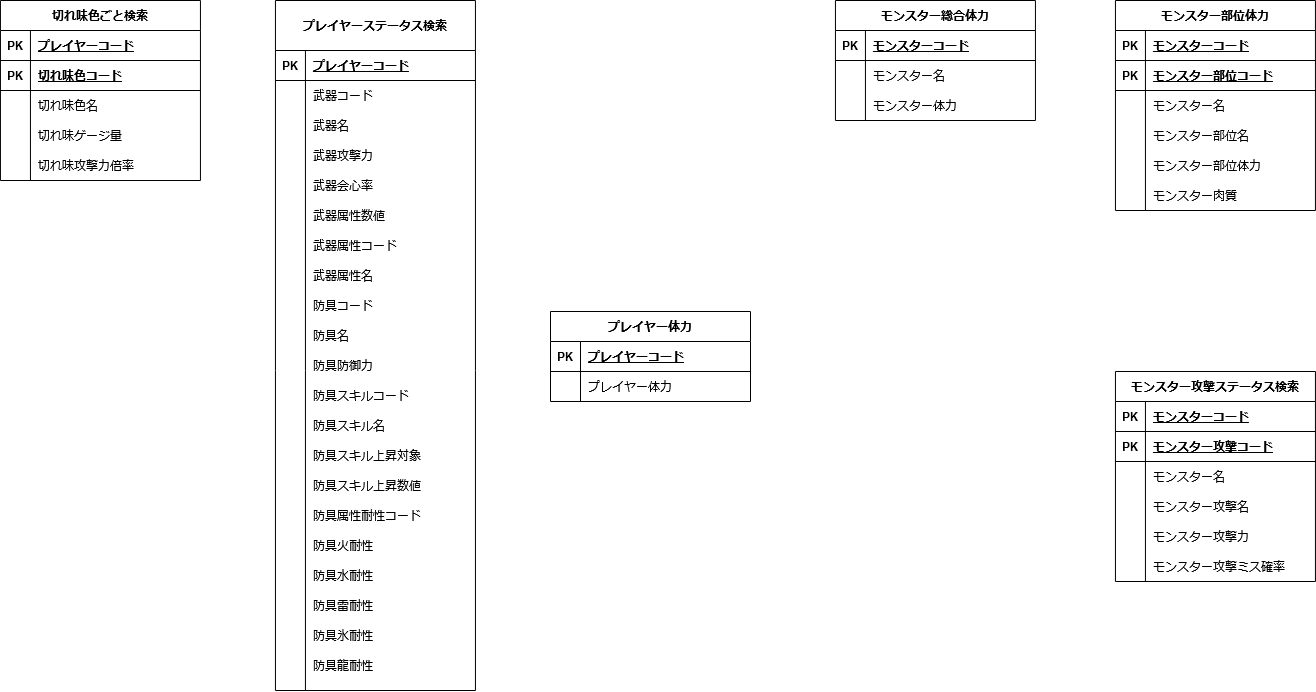
Above: uml/denormalized_tables.png in KataokaNagi/2C_team3 (draw.io), before the change. Source tidied: cells renumbered, new cells last; positions are measured from the earlier drawing's top-left corner, leaving out a move shared by most shapes.
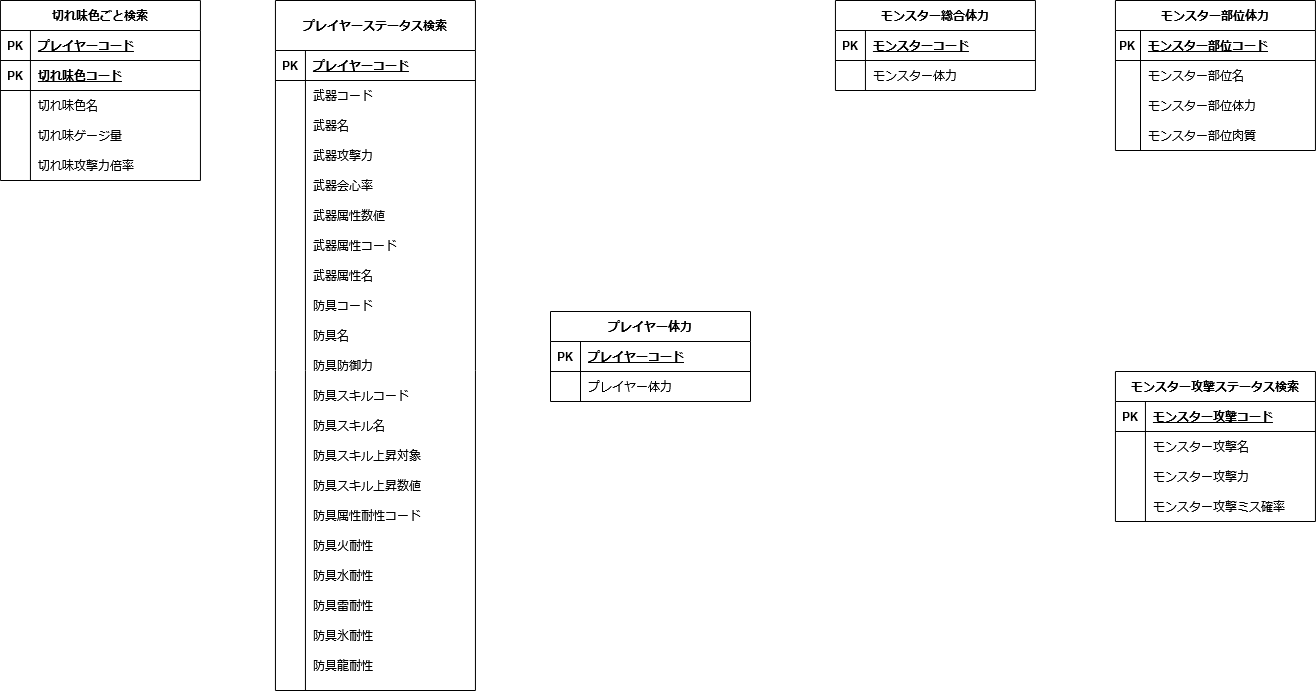
The same file after the commit.

Commit message:
ER図と非正規化した図を変更

What changed in the source:
```diff
@@ -195,7 +195,7 @@
       <mxGeometry x="30" width="170" height="30" as="geometry" />
     </mxCell>
     <mxCell id="66" value="モンスター総合体力" style="shape=table;startSize=30;rowLines=0;fontStyle=1;align=center;" parent="1" vertex="1">
-      <mxGeometry x="834.9" width="200" height="120" as="geometry" />
+      <mxGeometry x="834.9" width="200" height="90" as="geometry" />
     </mxCell>
     <mxCell id="67" style="shape=partialRectangle;fillColor=none;top=0;left=0;right=0;bottom=1;" parent="66" vertex="1">
       <mxGeometry y="30" width="200" height="30" as="geometry" />
@@ -206,17 +206,8 @@
     <mxCell id="69" value="モンスターコード" style="shape=partialRectangle;overflow=hidden;fillColor=none;top=0;left=0;bottom=0;right=0;align=left;spacingLeft=6;fontStyle=5;" parent="67" vertex="1">
       <mxGeometry x="30" width="170" height="30" as="geometry" />
     </mxCell>
-    <mxCell id="70" style="shape=partialRectangle;fillColor=none;top=0;left=0;right=0;bottom=0;" parent="66" vertex="1">
-      <mxGeometry y="60" width="200" height="30" as="geometry" />
-    </mxCell>
-    <mxCell id="71" style="shape=partialRectangle;overflow=hidden;fillColor=none;top=0;left=0;bottom=0;right=0;" parent="70" vertex="1">
-      <mxGeometry width="30" height="30" as="geometry" />
-    </mxCell>
-    <mxCell id="72" value="モンスター名" style="shape=partialRectangle;overflow=hidden;fillColor=none;top=0;left=0;bottom=0;right=0;align=left;spacingLeft=6;" parent="70" vertex="1">
-      <mxGeometry x="30" width="170" height="30" as="geometry" />
-    </mxCell>
     <mxCell id="73" style="shape=partialRectangle;fillColor=none;top=0;left=0;right=0;bottom=0;" parent="66" vertex="1">
-      <mxGeometry y="90" width="200" height="30" as="geometry" />
+      <mxGeometry y="60" width="200" height="30" as="geometry" />
     </mxCell>
     <mxCell id="74" style="shape=partialRectangle;overflow=hidden;fillColor=none;top=0;left=0;bottom=0;right=0;" parent="73" vertex="1">
       <mxGeometry width="30" height="30" as="geometry" />
@@ -225,19 +216,10 @@
       <mxGeometry x="30" width="170" height="30" as="geometry" />
     </mxCell>
     <mxCell id="76" value="モンスター攻撃ステータス検索" style="shape=table;startSize=30;rowLines=0;fontStyle=1;align=center;" parent="1" vertex="1">
-      <mxGeometry x="1114.9" y="371" width="200" height="210" as="geometry" />
+      <mxGeometry x="1114.9" y="371" width="200" height="150" as="geometry" />
     </mxCell>
-    <mxCell id="77" style="shape=partialRectangle;fillColor=none;top=0;left=0;right=0;bottom=1;" parent="76" vertex="1">
-      <mxGeometry y="30" width="200" height="30" as="geometry" />
-    </mxCell>
-    <mxCell id="78" value="PK" style="shape=partialRectangle;overflow=hidden;fillColor=none;top=0;left=0;bottom=0;right=0;fontStyle=1;" parent="77" vertex="1">
-      <mxGeometry width="30" height="30" as="geometry" />
-    </mxCell>
-    <mxCell id="79" value="モンスターコード" style="shape=partialRectangle;overflow=hidden;fillColor=none;top=0;left=0;bottom=0;right=0;align=left;spacingLeft=6;fontStyle=5;" parent="77" vertex="1">
-      <mxGeometry x="30" width="170" height="30" as="geometry" />
-    </mxCell>
     <mxCell id="80" style="shape=partialRectangle;fillColor=none;top=0;left=0;right=0;bottom=1;" parent="76" vertex="1">
-      <mxGeometry y="60" width="200" height="30" as="geometry" />
+      <mxGeometry y="30" width="200" height="30" as="geometry" />
     </mxCell>
     <mxCell id="81" value="PK" style="shape=partialRectangle;overflow=hidden;fillColor=none;top=0;left=0;bottom=0;right=0;fontStyle=1;" parent="80" vertex="1">
       <mxGeometry width="30" height="30" as="geometry" />
@@ -245,17 +227,8 @@
     <mxCell id="82" value="モンスター攻撃コード" style="shape=partialRectangle;overflow=hidden;fillColor=none;top=0;left=0;bottom=0;right=0;align=left;spacingLeft=6;fontStyle=5;" parent="80" vertex="1">
       <mxGeometry x="30" width="170" height="30" as="geometry" />
     </mxCell>
-    <mxCell id="83" style="shape=partialRectangle;fillColor=none;top=0;left=0;right=0;bottom=0;" parent="76" vertex="1">
-      <mxGeometry y="90" width="200" height="30" as="geometry" />
-    </mxCell>
-    <mxCell id="84" style="shape=partialRectangle;overflow=hidden;fillColor=none;top=0;left=0;bottom=0;right=0;" parent="83" vertex="1">
-      <mxGeometry width="30" height="30" as="geometry" />
-    </mxCell>
-    <mxCell id="85" value="モンスター名" style="shape=partialRectangle;overflow=hidden;fillColor=none;top=0;left=0;bottom=0;right=0;align=left;spacingLeft=6;" parent="83" vertex="1">
-      <mxGeometry x="30" width="170" height="30" as="geometry" />
-    </mxCell>
     <mxCell id="86" style="shape=partialRectangle;fillColor=none;top=0;left=0;right=0;bottom=0;" parent="76" vertex="1">
-      <mxGeometry y="120" width="200" height="30" as="geometry" />
+      <mxGeometry y="60" width="200" height="30" as="geometry" />
     </mxCell>
     <mxCell id="87" style="shape=partialRectangle;overflow=hidden;fillColor=none;top=0;left=0;bottom=0;right=0;" parent="86" vertex="1">
       <mxGeometry width="30" height="30" as="geometry" />
@@ -264,7 +237,7 @@
       <mxGeometry x="30" width="170" height="30" as="geometry" />
     </mxCell>
     <mxCell id="89" style="shape=partialRectangle;fillColor=none;top=0;left=0;right=0;bottom=0;" parent="76" vertex="1">
-      <mxGeometry y="150" width="200" height="30" as="geometry" />
+      <mxGeometry y="90" width="200" height="30" as="geometry" />
     </mxCell>
     <mxCell id="90" style="shape=partialRectangle;overflow=hidden;fillColor=none;top=0;left=0;bottom=0;right=0;" parent="89" vertex="1">
       <mxGeometry width="30" height="30" as="geometry" />
@@ -273,7 +246,7 @@
       <mxGeometry x="30" width="170" height="30" as="geometry" />
     </mxCell>
     <mxCell id="92" style="shape=partialRectangle;fillColor=none;top=0;left=0;right=0;bottom=0;" parent="76" vertex="1">
-      <mxGeometry y="180" width="200" height="30" as="geometry" />
+      <mxGeometry y="120" width="200" height="30" as="geometry" />
     </mxCell>
     <mxCell id="93" style="shape=partialRectangle;overflow=hidden;fillColor=none;top=0;left=0;bottom=0;right=0;" parent="92" vertex="1">
       <mxGeometry width="30" height="30" as="geometry" />
@@ -282,61 +255,43 @@
       <mxGeometry x="30" width="170" height="30" as="geometry" />
     </mxCell>
     <mxCell id="95" value="モンスター部位体力" style="shape=table;startSize=30;rowLines=0;fontStyle=1;align=center;" parent="1" vertex="1">
-      <mxGeometry x="1114.9" width="200" height="210" as="geometry" />
+      <mxGeometry x="1114.9" width="200" height="150" as="geometry" />
     </mxCell>
-    <mxCell id="96" style="shape=partialRectangle;fillColor=none;top=0;left=0;right=0;bottom=1;" parent="95" vertex="1">
-      <mxGeometry y="30" width="200" height="30" as="geometry" />
-    </mxCell>
-    <mxCell id="97" value="PK" style="shape=partialRectangle;overflow=hidden;fillColor=none;top=0;left=0;bottom=0;right=0;fontStyle=1;" parent="96" vertex="1">
-      <mxGeometry width="30" height="30" as="geometry" />
-    </mxCell>
-    <mxCell id="98" value="モンスターコード" style="shape=partialRectangle;overflow=hidden;fillColor=none;top=0;left=0;bottom=0;right=0;align=left;spacingLeft=6;fontStyle=5;" parent="96" vertex="1">
-      <mxGeometry x="30" width="170" height="30" as="geometry" />
-    </mxCell>
     <mxCell id="99" style="shape=partialRectangle;fillColor=none;top=0;left=0;right=0;bottom=1;" parent="95" vertex="1">
-      <mxGeometry y="60" width="200" height="30" as="geometry" />
+      <mxGeometry y="30" width="200" height="30" as="geometry" />
     </mxCell>
     <mxCell id="100" value="PK" style="shape=partialRectangle;overflow=hidden;fillColor=none;top=0;left=0;bottom=0;right=0;fontStyle=1;" parent="99" vertex="1">
-      <mxGeometry width="30" height="30" as="geometry" />
+      <mxGeometry width="25.1" height="30" as="geometry" />
     </mxCell>
     <mxCell id="101" value="モンスター部位コード" style="shape=partialRectangle;overflow=hidden;fillColor=none;top=0;left=0;bottom=0;right=0;align=left;spacingLeft=6;fontStyle=5;" parent="99" vertex="1">
-      <mxGeometry x="30" width="170" height="30" as="geometry" />
+      <mxGeometry x="25.1" width="174.9" height="30" as="geometry" />
     </mxCell>
-    <mxCell id="102" style="shape=partialRectangle;fillColor=none;top=0;left=0;right=0;bottom=0;" parent="95" vertex="1">
-      <mxGeometry y="90" width="200" height="30" as="geometry" />
-    </mxCell>
-    <mxCell id="103" style="shape=partialRectangle;overflow=hidden;fillColor=none;top=0;left=0;bottom=0;right=0;" parent="102" vertex="1">
-      <mxGeometry width="30" height="30" as="geometry" />
-    </mxCell>
-    <mxCell id="104" value="モンスター名" style="shape=partialRectangle;overflow=hidden;fillColor=none;top=0;left=0;bottom=0;right=0;align=left;spacingLeft=6;" parent="102" vertex="1">
-      <mxGeometry x="30" width="170" height="30" as="geometry" />
-    </mxCell>
     <mxCell id="105" style="shape=partialRectangle;fillColor=none;top=0;left=0;right=0;bottom=0;" parent="95" vertex="1">
-      <mxGeometry y="120" width="200" height="30" as="geometry" />
+      <mxGeometry y="60" width="200" height="30" as="geometry" />
     </mxCell>
     <mxCell id="106" style="shape=partialRectangle;overflow=hidden;fillColor=none;top=0;left=0;bottom=0;right=0;" parent="105" vertex="1">
-      <mxGeometry width="30" height="30" as="geometry" />
+      <mxGeometry width="25.1" height="30" as="geometry" />
     </mxCell>
     <mxCell id="107" value="モンスター部位名" style="shape=partialRectangle;overflow=hidden;fillColor=none;top=0;left=0;bottom=0;right=0;align=left;spacingLeft=6;" parent="105" vertex="1">
-      <mxGeometry x="30" width="170" height="30" as="geometry" />
+      <mxGeometry x="25.1" width="174.9" height="30" as="geometry" />
     </mxCell>
     <mxCell id="108" style="shape=partialRectangle;fillColor=none;top=0;left=0;right=0;bottom=0;" parent="95" vertex="1">
-      <mxGeometry y="150" width="200" height="30" as="geometry" />
+      <mxGeometry y="90" width="200" height="30" as="geometry" />
     </mxCell>
     <mxCell id="109" style="shape=partialRectangle;overflow=hidden;fillColor=none;top=0;left=0;bottom=0;right=0;" parent="108" vertex="1">
-      <mxGeometry width="30" height="30" as="geometry" />
+      <mxGeometry width="25.1" height="30" as="geometry" />
     </mxCell>
     <mxCell id="110" value="モンスター部位体力" style="shape=partialRectangle;overflow=hidden;fillColor=none;top=0;left=0;bottom=0;right=0;align=left;spacingLeft=6;" parent="108" vertex="1">
-      <mxGeometry x="30" width="170" height="30" as="geometry" />
+      <mxGeometry x="25.1" width="174.9" height="30" as="geometry" />
     </mxCell>
     <mxCell id="111" style="shape=partialRectangle;fillColor=none;top=0;left=0;right=0;bottom=0;" parent="95" vertex="1">
-      <mxGeometry y="180" width="200" height="30" as="geometry" />
+      <mxGeometry y="120" width="200" height="30" as="geometry" />
     </mxCell>
     <mxCell id="112" style="shape=partialRectangle;overflow=hidden;fillColor=none;top=0;left=0;bottom=0;right=0;" parent="111" vertex="1">
-      <mxGeometry width="30" height="30" as="geometry" />
+      <mxGeometry width="25.1" height="30" as="geometry" />
     </mxCell>
-    <mxCell id="113" value="モンスター肉質" style="shape=partialRectangle;overflow=hidden;fillColor=none;top=0;left=0;bottom=0;right=0;align=left;spacingLeft=6;" parent="111" vertex="1">
-      <mxGeometry x="30" width="170" height="30" as="geometry" />
+    <mxCell id="113" value="モンスター部位肉質" style="shape=partialRectangle;overflow=hidden;fillColor=none;top=0;left=0;bottom=0;right=0;align=left;spacingLeft=6;" parent="111" vertex="1">
+      <mxGeometry x="25.1" width="174.9" height="30" as="geometry" />
     </mxCell>
     <mxCell id="114" value="切れ味色ごと検索" style="shape=table;startSize=30;rowLines=0;fontStyle=1;align=center;" parent="1" vertex="1">
       <mxGeometry x="-0.1" width="200" height="180" as="geometry" />
```
